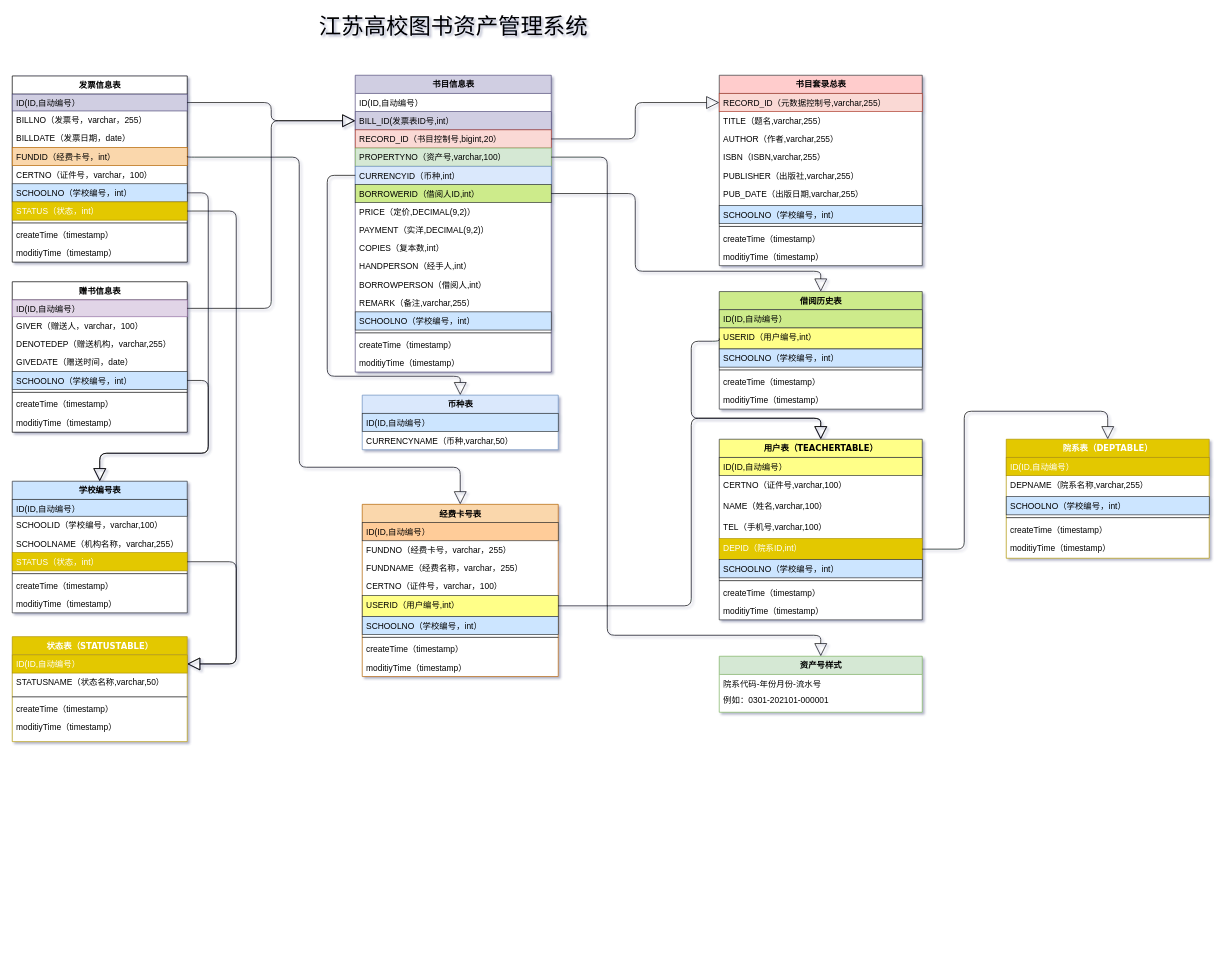
yisqiu/SimpleMap-wx keeps this draw.io diagram as 图书资产管理系统.drawio. Above is the earlier version. Source tidied: cells renumbered, new cells numbered last; positions are measured from the earlier drawing's top-left corner, leaving out a move shared by most shapes. Both pictures are drawn from the tidied source at 70%, with x=0, y=0 at pixel (12, 12).
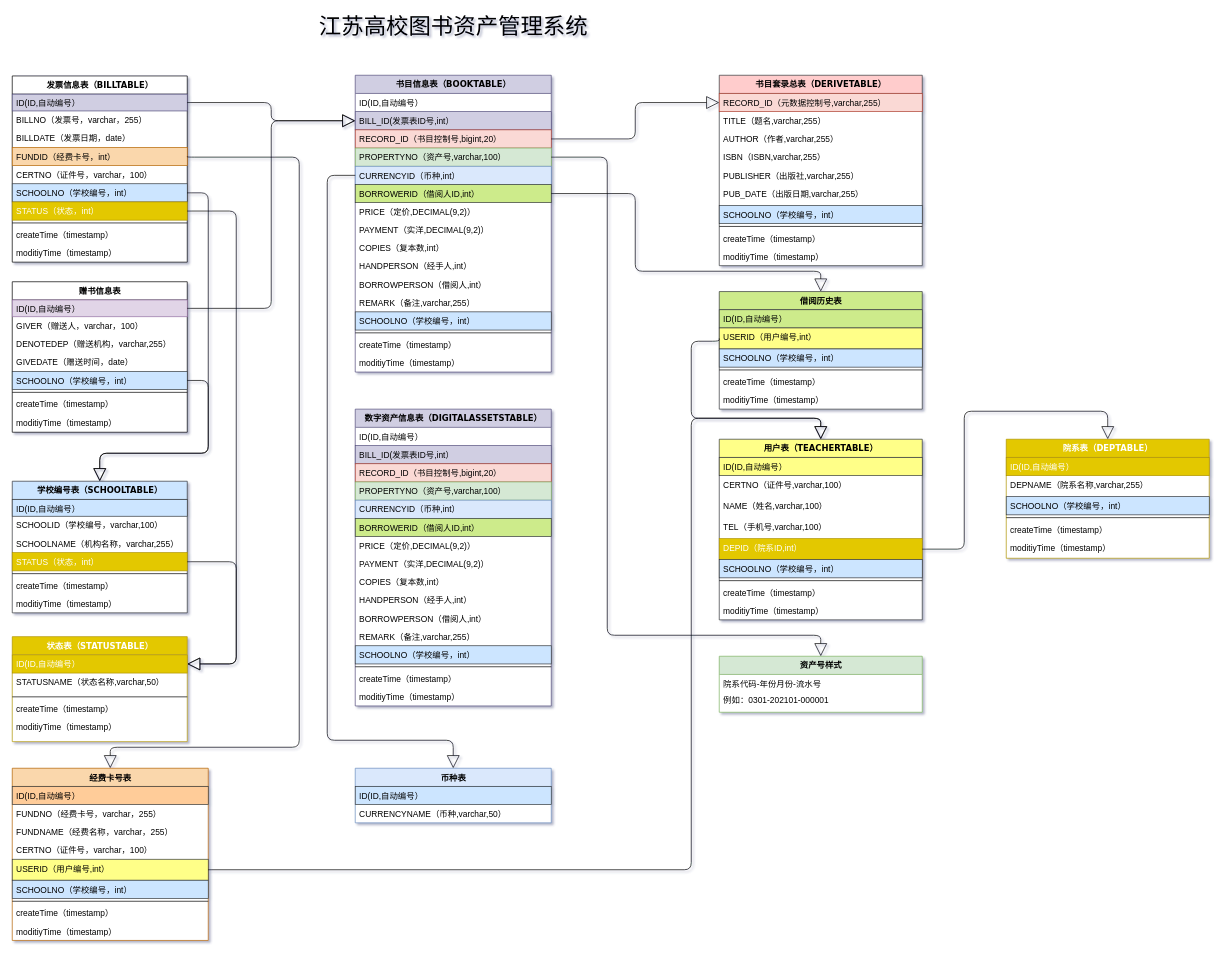
After the change.

Commit message:
更新图书资产管理系统.drawio

Unchanged cells that the change refers to:
```xml
<mxCell id="6" value="FUNDID（经费卡号，int）" style="text;html=1;strokeColor=#b46504;fillColor=#fad7ac;align=left;verticalAlign=top;spacingLeft=4;spacingRight=4;whiteSpace=wrap;overflow=hidden;points=[[0,0.5],[1,0.5]];portConstraint=eastwest;" parent="2" vertex="1">
  <mxGeometry y="102" width="250" height="26" as="geometry" />
</mxCell>
<mxCell id="18" value="USERID（用户编号,int）" style="text;html=1;strokeColor=#36393d;fillColor=#ffff88;align=left;verticalAlign=top;spacingLeft=4;spacingRight=4;whiteSpace=wrap;overflow=hidden;points=[[0,0.5],[1,0.5]];portConstraint=eastwest;" parent="13" vertex="1">
  <mxGeometry y="130" width="280" height="30" as="geometry" />
</mxCell>
<mxCell id="28" value="CURRENCYID（币种,int）" style="text;html=1;strokeColor=#6c8ebf;fillColor=#dae8fc;align=left;verticalAlign=top;spacingLeft=4;spacingRight=4;whiteSpace=wrap;overflow=hidden;points=[[0,0.5],[1,0.5]];portConstraint=eastwest;" parent="23" vertex="1">
  <mxGeometry y="130" width="280" height="26" as="geometry" />
</mxCell>
<mxCell id="71" value="用户表（TEACHERTABLE）" style="swimlane;html=1;fontStyle=1;align=center;verticalAlign=top;horizontal=1;startSize=26;swimlaneFillColor=#ffffff;shadow=0;comic=0;labelBackgroundColor=none;strokeWidth=1;fillColor=#ffff88;fontFamily=Verdana;fontSize=12;strokeColor=#36393d;" parent="1" vertex="1">
  <mxGeometry x="1010" y="610" width="290" height="258" as="geometry" />
</mxCell>
```

Diff of the diagram source:
```diff
@@
-    <mxCell id="2" value="发票信息表" style="swimlane;html=1;fontStyle=1;align=center;verticalAlign=top;horizontal=1;startSize=26;swimlaneFillColor=#ffffff;shadow=0;comic=0;labelBackgroundColor=none;strokeWidth=1;fontFamily=Verdana;fontSize=12;" parent="1" vertex="1">
+    <mxCell id="2" value="发票信息表（BILLTABLE）" style="swimlane;html=1;fontStyle=1;align=center;verticalAlign=top;horizontal=1;startSize=26;swimlaneFillColor=#ffffff;shadow=0;comic=0;labelBackgroundColor=none;strokeWidth=1;fontFamily=Verdana;fontSize=12;" parent="1" vertex="1">
       <mxGeometry y="91" width="250" height="266" as="geometry" />
     </mxCell>
@@
     <mxCell id="13" value="经费卡号表" style="swimlane;html=1;fontStyle=1;align=center;verticalAlign=top;horizontal=1;startSize=26;swimlaneFillColor=#ffffff;shadow=0;comic=0;labelBackgroundColor=none;strokeWidth=1;fillColor=#fad7ac;fontFamily=Verdana;fontSize=12;strokeColor=#b46504;" parent="1" vertex="1">
-      <mxGeometry x="500" y="703" width="280" height="246" as="geometry" />
+      <mxGeometry y="1080" width="280" height="246" as="geometry" />
     </mxCell>
@@
-    <mxCell id="23" value="书目信息表" style="swimlane;html=1;fontStyle=1;align=center;verticalAlign=top;horizontal=1;startSize=26;swimlaneFillColor=#ffffff;shadow=0;comic=0;labelBackgroundColor=none;strokeWidth=1;fillColor=#d0cee2;fontFamily=Verdana;fontSize=12;strokeColor=#56517e;" parent="1" vertex="1">
+    <mxCell id="23" value="书目信息表（BOOKTABLE）" style="swimlane;html=1;fontStyle=1;align=center;verticalAlign=top;horizontal=1;startSize=26;swimlaneFillColor=#ffffff;shadow=0;comic=0;labelBackgroundColor=none;strokeWidth=1;fillColor=#d0cee2;fontFamily=Verdana;fontSize=12;strokeColor=#56517e;" parent="1" vertex="1">
       <mxGeometry x="490" y="90" width="280" height="424" as="geometry" />
     </mxCell>
@@
     <mxCell id="42" style="edgeStyle=orthogonalEdgeStyle;html=1;labelBackgroundColor=none;startFill=0;startSize=8;endArrow=block;endFill=0;endSize=16;fontFamily=Verdana;fontSize=12;entryX=0.5;entryY=0;entryDx=0;entryDy=0;exitX=1;exitY=0.5;exitDx=0;exitDy=0;" parent="1" edge="1" source="6" target="13">
       <mxGeometry relative="1" as="geometry">
         <Array as="points">
           <mxPoint x="410" y="207" />
-          <mxPoint x="410" y="650" />
-          <mxPoint x="640" y="650" />
+          <mxPoint x="410" y="1050" />
+          <mxPoint x="140" y="1050" />
         </Array>
       </mxGeometry>
     </mxCell>
@@
     <mxCell id="47" value="币种表" style="swimlane;html=1;fontStyle=1;align=center;verticalAlign=top;horizontal=1;startSize=26;swimlaneFillColor=#ffffff;shadow=0;comic=0;labelBackgroundColor=none;strokeWidth=1;fontFamily=Verdana;fontSize=12;strokeColor=#6c8ebf;fillColor=#dae8fc;" parent="1" vertex="1">
-      <mxGeometry x="500" y="547" width="280" height="78" as="geometry" />
+      <mxGeometry x="490" y="1080" width="280" height="78" as="geometry" />
     </mxCell>
@@
     <mxCell id="50" style="edgeStyle=orthogonalEdgeStyle;html=1;labelBackgroundColor=none;startFill=0;startSize=8;endArrow=block;endFill=0;endSize=16;fontFamily=Verdana;fontSize=12;exitX=0;exitY=0.5;exitDx=0;exitDy=0;entryX=0.5;entryY=0;entryDx=0;entryDy=0;" parent="1" edge="1" source="28" target="47">
       <mxGeometry relative="1" as="geometry">
         <Array as="points">
           <mxPoint x="450" y="233" />
-          <mxPoint x="450" y="520" />
-          <mxPoint x="640" y="520" />
+          <mxPoint x="450" y="1040" />
+          <mxPoint x="630" y="1040" />
         </Array>
       </mxGeometry>
     </mxCell>
-    <mxCell id="51" value="书目套录总表" style="swimlane;html=1;fontStyle=1;align=center;verticalAlign=top;horizontal=1;startSize=26;swimlaneFillColor=#ffffff;shadow=0;comic=0;labelBackgroundColor=none;strokeWidth=1;fillColor=#ffcccc;fontFamily=Verdana;fontSize=12;strokeColor=#36393d;" parent="1" vertex="1">
+    <mxCell id="51" value="书目套录总表（DERIVETABLE）" style="swimlane;html=1;fontStyle=1;align=center;verticalAlign=top;horizontal=1;startSize=26;swimlaneFillColor=#ffffff;shadow=0;comic=0;labelBackgroundColor=none;strokeWidth=1;fillColor=#ffcccc;fontFamily=Verdana;fontSize=12;strokeColor=#36393d;" parent="1" vertex="1">
       <mxGeometry x="1010" y="90" width="290" height="272" as="geometry" />
     </mxCell>
@@
-    <mxCell id="92" value="学校编号表" style="swimlane;html=1;fontStyle=1;align=center;verticalAlign=top;horizontal=1;startSize=26;swimlaneFillColor=#ffffff;shadow=0;comic=0;labelBackgroundColor=none;strokeWidth=1;fontFamily=Verdana;fontSize=12;strokeColor=#36393d;fillColor=#cce5ff;" parent="1" vertex="1">
+    <mxCell id="92" value="学校编号表（SCHOOLTABLE）" style="swimlane;html=1;fontStyle=1;align=center;verticalAlign=top;horizontal=1;startSize=26;swimlaneFillColor=#ffffff;shadow=0;comic=0;labelBackgroundColor=none;strokeWidth=1;fontFamily=Verdana;fontSize=12;strokeColor=#36393d;fillColor=#cce5ff;" parent="1" vertex="1">
       <mxGeometry y="670" width="250" height="188" as="geometry" />
     </mxCell>
@@
     <mxCell id="110" style="edgeStyle=orthogonalEdgeStyle;html=1;labelBackgroundColor=none;startFill=0;startSize=8;endArrow=block;endFill=0;endSize=16;fontFamily=Verdana;fontSize=12;exitX=1;exitY=0.5;exitDx=0;exitDy=0;entryX=0.5;entryY=0;entryDx=0;entryDy=0;" parent="1" edge="1" source="18" target="71">
       <mxGeometry relative="1" as="geometry">
         <Array as="points">
-          <mxPoint x="970" y="848" />
+          <mxPoint x="970" y="1225" />
           <mxPoint x="970" y="580" />
           <mxPoint x="1155" y="580" />
         </Array>
       </mxGeometry>
     </mxCell>
@@
+    <mxCell id="119" value="数字资产信息表（DIGITALASSETSTABLE）" style="swimlane;html=1;fontStyle=1;align=center;verticalAlign=top;horizontal=1;startSize=26;swimlaneFillColor=#ffffff;shadow=0;comic=0;labelBackgroundColor=none;strokeWidth=1;fillColor=#d0cee2;fontFamily=Verdana;fontSize=12;strokeColor=#56517e;" parent="1" vertex="1">
+      <mxGeometry x="490" y="567" width="280" height="424" as="geometry" />
+    </mxCell>
+    <mxCell id="120" value="ID(ID,自动编号）" style="text;html=1;strokeColor=none;fillColor=none;align=left;verticalAlign=top;spacingLeft=4;spacingRight=4;whiteSpace=wrap;overflow=hidden;" parent="119" vertex="1">
+      <mxGeometry y="26" width="280" height="26" as="geometry" />
+    </mxCell>
+    <mxCell id="121" value="BILL_ID(发票表ID号,int）" style="text;html=1;strokeColor=#56517e;fillColor=#d0cee2;align=left;verticalAlign=top;spacingLeft=4;spacingRight=4;whiteSpace=wrap;overflow=hidden;" parent="119" vertex="1">
+      <mxGeometry y="52" width="280" height="26" as="geometry" />
+    </mxCell>
+    <mxCell id="122" value="RECORD_ID（书目控制号,bigint,20）" style="text;html=1;strokeColor=#ae4132;fillColor=#fad9d5;align=left;verticalAlign=top;spacingLeft=4;spacingRight=4;whiteSpace=wrap;overflow=hidden;" parent="119" vertex="1">
+      <mxGeometry y="78" width="280" height="26" as="geometry" />
+    </mxCell>
+    <mxCell id="123" value="PROPERTYNO（资产号,varchar,100）" style="text;html=1;strokeColor=#82b366;fillColor=#d5e8d4;align=left;verticalAlign=top;spacingLeft=4;spacingRight=4;whiteSpace=wrap;overflow=hidden;" parent="119" vertex="1">
+      <mxGeometry y="104" width="280" height="26" as="geometry" />
+    </mxCell>
+    <mxCell id="124" value="CURRENCYID（币种,int）" style="text;html=1;strokeColor=#6c8ebf;fillColor=#dae8fc;align=left;verticalAlign=top;spacingLeft=4;spacingRight=4;whiteSpace=wrap;overflow=hidden;" parent="119" vertex="1">
+      <mxGeometry y="130" width="280" height="26" as="geometry" />
+    </mxCell>
+    <mxCell id="125" value="BORROWERID（借阅人ID,int）" style="text;html=1;strokeColor=#36393d;fillColor=#cdeb8b;align=left;verticalAlign=top;spacingLeft=4;spacingRight=4;whiteSpace=wrap;overflow=hidden;" parent="119" vertex="1">
+      <mxGeometry y="156" width="280" height="26" as="geometry" />
+    </mxCell>
+    <mxCell id="126" value="PRICE（定价,DECIMAL(9,2)）" style="text;html=1;strokeColor=none;fillColor=none;align=left;verticalAlign=top;spacingLeft=4;spacingRight=4;whiteSpace=wrap;overflow=hidden;" parent="119" vertex="1">
+      <mxGeometry y="182" width="280" height="26" as="geometry" />
+    </mxCell>
+    <mxCell id="127" value="PAYMENT（实洋,DECIMAL(9,2)）" style="text;html=1;strokeColor=none;fillColor=none;align=left;verticalAlign=top;spacingLeft=4;spacingRight=4;whiteSpace=wrap;overflow=hidden;" parent="119" vertex="1">
+      <mxGeometry y="208" width="280" height="26" as="geometry" />
+    </mxCell>
+    <mxCell id="128" value="COPIES（复本数,int）" style="text;html=1;strokeColor=none;fillColor=none;align=left;verticalAlign=top;spacingLeft=4;spacingRight=4;whiteSpace=wrap;overflow=hidden;" parent="119" vertex="1">
+      <mxGeometry y="234" width="280" height="26" as="geometry" />
+    </mxCell>
+    <mxCell id="129" value="HANDPERSON（经手人,int）" style="text;html=1;strokeColor=none;fillColor=none;align=left;verticalAlign=top;spacingLeft=4;spacingRight=4;whiteSpace=wrap;overflow=hidden;" parent="119" vertex="1">
+      <mxGeometry y="260" width="280" height="26" as="geometry" />
+    </mxCell>
+    <mxCell id="130" value="BORROWPERSON（借阅人,int）" style="text;html=1;strokeColor=none;fillColor=none;align=left;verticalAlign=top;spacingLeft=4;spacingRight=4;whiteSpace=wrap;overflow=hidden;" parent="119" vertex="1">
+      <mxGeometry y="286" width="280" height="26" as="geometry" />
+    </mxCell>
+    <mxCell id="131" value="REMARK（备注,varchar,255）" style="text;html=1;strokeColor=none;fillColor=none;align=left;verticalAlign=top;spacingLeft=4;spacingRight=4;whiteSpace=wrap;overflow=hidden;" parent="119" vertex="1">
+      <mxGeometry y="312" width="280" height="26" as="geometry" />
+    </mxCell>
+    <mxCell id="132" value="SCHOOLNO（学校编号，int）" style="text;html=1;strokeColor=#36393d;fillColor=#cce5ff;align=left;verticalAlign=top;spacingLeft=4;spacingRight=4;whiteSpace=wrap;overflow=hidden;" parent="119" vertex="1">
+      <mxGeometry y="338" width="280" height="26" as="geometry" />
+    </mxCell>
+    <mxCell id="133" style="line;html=1;strokeWidth=1;fillColor=none;align=left;verticalAlign=middle;spacingTop=-1;spacingLeft=3;spacingRight=3;labelPosition=right;" parent="119" vertex="1">
+      <mxGeometry y="364" width="280" height="8" as="geometry" />
+    </mxCell>
+    <mxCell id="134" value="createTime（timestamp）" style="text;html=1;strokeColor=none;fillColor=none;align=left;verticalAlign=top;spacingLeft=4;spacingRight=4;whiteSpace=wrap;overflow=hidden;" parent="119" vertex="1">
+      <mxGeometry y="372" width="280" height="26" as="geometry" />
+    </mxCell>
+    <mxCell id="135" value="moditiyTime（timestamp）" style="text;html=1;strokeColor=none;fillColor=none;align=left;verticalAlign=top;spacingLeft=4;spacingRight=4;whiteSpace=wrap;overflow=hidden;" parent="119" vertex="1">
+      <mxGeometry y="398" width="280" height="26" as="geometry" />
+    </mxCell>
```
